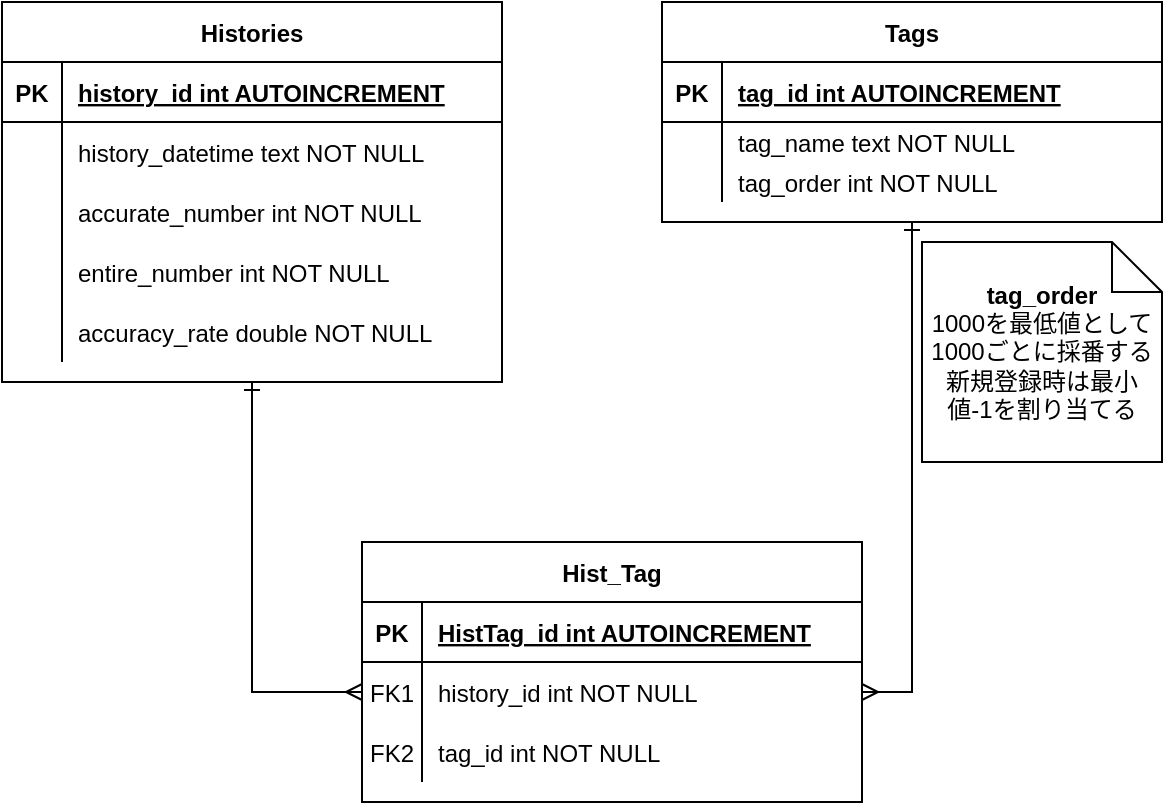
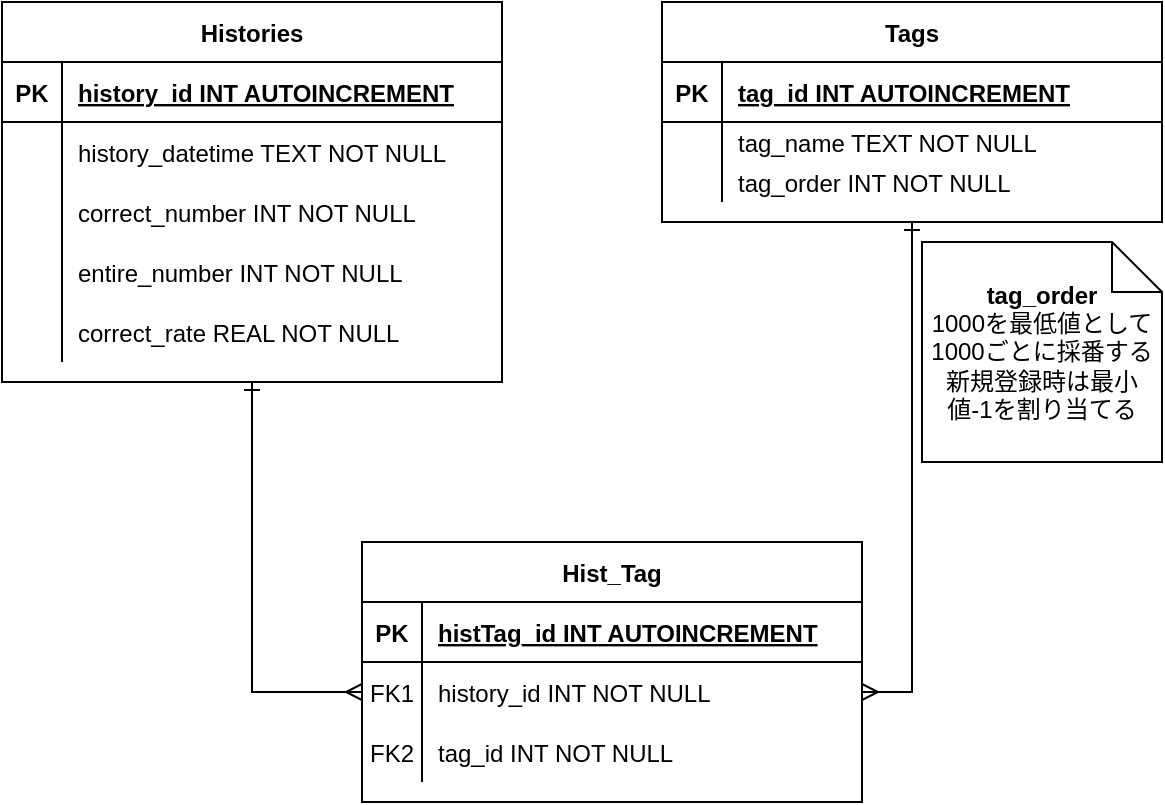
- <mxfile host="app.diagrams.net" agent="Mozilla/5.0 (Windows NT 10.0; Win64; x64) AppleWebKit/537.36 (KHTML, like Gecko) Chrome/129.0.0.0 Safari/537.36" version="24.7.17">
-   <diagram id="R2lEEEUBdFMjLlhIrx00" name="Page-1">
-     <mxGraphModel dx="1434" dy="772" grid="1" gridSize="10" guides="1" tooltips="1" connect="1" arrows="1" fold="1" page="1" pageScale="1" pageWidth="850" pageHeight="1100" background="#FFFFFF" math="0" shadow="0" extFonts="Permanent Marker^https://fonts.googleapis.com/css?family=Permanent+Marker">
+ <mxfile host="app.diagrams.net" agent="Mozilla/5.0 (Windows NT 10.0; Win64; x64) AppleWebKit/537.36 (KHTML, like Gecko) Chrome/130.0.0.0 Safari/537.36" version="24.8.0">
+   <diagram name="Page-1" id="t5QMn-bjWsxK-OiHnnsi">
+     <mxGraphModel dx="1434" dy="772" grid="1" gridSize="10" guides="1" tooltips="1" connect="1" arrows="1" fold="1" page="1" pageScale="1" pageWidth="827" pageHeight="1169" math="0" shadow="0">
      <root>
        <mxCell id="0" />
        <mxCell id="1" parent="0" />
-         <mxCell id="C-vyLk0tnHw3VtMMgP7b-2" value="Tags" style="shape=table;startSize=30;container=1;collapsible=1;childLayout=tableLayout;fixedRows=1;rowLines=0;fontStyle=1;align=center;resizeLast=1;" parent="1" vertex="1">
+         <mxCell id="AiqQjHYfHPlLKHI8rtwA-1" value="Tags" style="shape=table;startSize=30;container=1;collapsible=1;childLayout=tableLayout;fixedRows=1;rowLines=0;fontStyle=1;align=center;resizeLast=1;" vertex="1" parent="1">
          <mxGeometry x="330" width="250" height="110" as="geometry" />
        </mxCell>
-         <mxCell id="C-vyLk0tnHw3VtMMgP7b-3" value="" style="shape=partialRectangle;collapsible=0;dropTarget=0;pointerEvents=0;fillColor=none;points=[[0,0.5],[1,0.5]];portConstraint=eastwest;top=0;left=0;right=0;bottom=1;" parent="C-vyLk0tnHw3VtMMgP7b-2" vertex="1">
+         <mxCell id="AiqQjHYfHPlLKHI8rtwA-2" value="" style="shape=partialRectangle;collapsible=0;dropTarget=0;pointerEvents=0;fillColor=none;points=[[0,0.5],[1,0.5]];portConstraint=eastwest;top=0;left=0;right=0;bottom=1;" vertex="1" parent="AiqQjHYfHPlLKHI8rtwA-1">
          <mxGeometry y="30" width="250" height="30" as="geometry" />
        </mxCell>
-         <mxCell id="C-vyLk0tnHw3VtMMgP7b-4" value="PK" style="shape=partialRectangle;overflow=hidden;connectable=0;fillColor=none;top=0;left=0;bottom=0;right=0;fontStyle=1;" parent="C-vyLk0tnHw3VtMMgP7b-3" vertex="1">
+         <mxCell id="AiqQjHYfHPlLKHI8rtwA-3" value="PK" style="shape=partialRectangle;overflow=hidden;connectable=0;fillColor=none;top=0;left=0;bottom=0;right=0;fontStyle=1;" vertex="1" parent="AiqQjHYfHPlLKHI8rtwA-2">
          <mxGeometry width="30" height="30" as="geometry">
            <mxRectangle width="30" height="30" as="alternateBounds" />
          </mxGeometry>
        </mxCell>
-         <mxCell id="C-vyLk0tnHw3VtMMgP7b-5" value="tag_id int AUTOINCREMENT" style="shape=partialRectangle;overflow=hidden;connectable=0;fillColor=none;top=0;left=0;bottom=0;right=0;align=left;spacingLeft=6;fontStyle=5;" parent="C-vyLk0tnHw3VtMMgP7b-3" vertex="1">
+         <mxCell id="AiqQjHYfHPlLKHI8rtwA-4" value="tag_id INT AUTOINCREMENT" style="shape=partialRectangle;overflow=hidden;connectable=0;fillColor=none;top=0;left=0;bottom=0;right=0;align=left;spacingLeft=6;fontStyle=5;" vertex="1" parent="AiqQjHYfHPlLKHI8rtwA-2">
          <mxGeometry x="30" width="220" height="30" as="geometry">
            <mxRectangle width="220" height="30" as="alternateBounds" />
          </mxGeometry>
        </mxCell>
-         <mxCell id="C-vyLk0tnHw3VtMMgP7b-6" value="" style="shape=partialRectangle;collapsible=0;dropTarget=0;pointerEvents=0;fillColor=none;points=[[0,0.5],[1,0.5]];portConstraint=eastwest;top=0;left=0;right=0;bottom=0;" parent="C-vyLk0tnHw3VtMMgP7b-2" vertex="1">
+         <mxCell id="AiqQjHYfHPlLKHI8rtwA-5" value="" style="shape=partialRectangle;collapsible=0;dropTarget=0;pointerEvents=0;fillColor=none;points=[[0,0.5],[1,0.5]];portConstraint=eastwest;top=0;left=0;right=0;bottom=0;" vertex="1" parent="AiqQjHYfHPlLKHI8rtwA-1">
          <mxGeometry y="60" width="250" height="20" as="geometry" />
        </mxCell>
-         <mxCell id="C-vyLk0tnHw3VtMMgP7b-7" value="" style="shape=partialRectangle;overflow=hidden;connectable=0;fillColor=none;top=0;left=0;bottom=0;right=0;" parent="C-vyLk0tnHw3VtMMgP7b-6" vertex="1">
+         <mxCell id="AiqQjHYfHPlLKHI8rtwA-6" value="" style="shape=partialRectangle;overflow=hidden;connectable=0;fillColor=none;top=0;left=0;bottom=0;right=0;" vertex="1" parent="AiqQjHYfHPlLKHI8rtwA-5">
          <mxGeometry width="30" height="20" as="geometry">
            <mxRectangle width="30" height="20" as="alternateBounds" />
          </mxGeometry>
        </mxCell>
-         <mxCell id="C-vyLk0tnHw3VtMMgP7b-8" value="tag_name text NOT NULL" style="shape=partialRectangle;overflow=hidden;connectable=0;fillColor=none;top=0;left=0;bottom=0;right=0;align=left;spacingLeft=6;" parent="C-vyLk0tnHw3VtMMgP7b-6" vertex="1">
+         <mxCell id="AiqQjHYfHPlLKHI8rtwA-7" value="tag_name TEXT NOT NULL" style="shape=partialRectangle;overflow=hidden;connectable=0;fillColor=none;top=0;left=0;bottom=0;right=0;align=left;spacingLeft=6;" vertex="1" parent="AiqQjHYfHPlLKHI8rtwA-5">
          <mxGeometry x="30" width="220" height="20" as="geometry">
            <mxRectangle width="220" height="20" as="alternateBounds" />
          </mxGeometry>
        </mxCell>
-         <mxCell id="uX9CyFeno2kXJm7CUo4n-1" value="" style="shape=partialRectangle;collapsible=0;dropTarget=0;pointerEvents=0;fillColor=none;points=[[0,0.5],[1,0.5]];portConstraint=eastwest;top=0;left=0;right=0;bottom=0;" parent="C-vyLk0tnHw3VtMMgP7b-2" vertex="1">
+         <mxCell id="AiqQjHYfHPlLKHI8rtwA-8" value="" style="shape=partialRectangle;collapsible=0;dropTarget=0;pointerEvents=0;fillColor=none;points=[[0,0.5],[1,0.5]];portConstraint=eastwest;top=0;left=0;right=0;bottom=0;" vertex="1" parent="AiqQjHYfHPlLKHI8rtwA-1">
          <mxGeometry y="80" width="250" height="20" as="geometry" />
        </mxCell>
-         <mxCell id="uX9CyFeno2kXJm7CUo4n-2" value="" style="shape=partialRectangle;overflow=hidden;connectable=0;fillColor=none;top=0;left=0;bottom=0;right=0;" parent="uX9CyFeno2kXJm7CUo4n-1" vertex="1">
+         <mxCell id="AiqQjHYfHPlLKHI8rtwA-9" value="" style="shape=partialRectangle;overflow=hidden;connectable=0;fillColor=none;top=0;left=0;bottom=0;right=0;" vertex="1" parent="AiqQjHYfHPlLKHI8rtwA-8">
          <mxGeometry width="30" height="20" as="geometry">
            <mxRectangle width="30" height="20" as="alternateBounds" />
          </mxGeometry>
        </mxCell>
-         <mxCell id="uX9CyFeno2kXJm7CUo4n-3" value="tag_order int NOT NULL" style="shape=partialRectangle;overflow=hidden;connectable=0;fillColor=none;top=0;left=0;bottom=0;right=0;align=left;spacingLeft=6;" parent="uX9CyFeno2kXJm7CUo4n-1" vertex="1">
+         <mxCell id="AiqQjHYfHPlLKHI8rtwA-10" value="tag_order INT NOT NULL" style="shape=partialRectangle;overflow=hidden;connectable=0;fillColor=none;top=0;left=0;bottom=0;right=0;align=left;spacingLeft=6;" vertex="1" parent="AiqQjHYfHPlLKHI8rtwA-8">
          <mxGeometry x="30" width="220" height="20" as="geometry">
            <mxRectangle width="220" height="20" as="alternateBounds" />
          </mxGeometry>
        </mxCell>
-         <mxCell id="C-vyLk0tnHw3VtMMgP7b-13" value="Hist_Tag" style="shape=table;startSize=30;container=1;collapsible=1;childLayout=tableLayout;fixedRows=1;rowLines=0;fontStyle=1;align=center;resizeLast=1;" parent="1" vertex="1">
+         <mxCell id="AiqQjHYfHPlLKHI8rtwA-11" value="Hist_Tag" style="shape=table;startSize=30;container=1;collapsible=1;childLayout=tableLayout;fixedRows=1;rowLines=0;fontStyle=1;align=center;resizeLast=1;" vertex="1" parent="1">
          <mxGeometry x="180" y="270" width="250" height="130" as="geometry" />
        </mxCell>
-         <mxCell id="C-vyLk0tnHw3VtMMgP7b-14" value="" style="shape=partialRectangle;collapsible=0;dropTarget=0;pointerEvents=0;fillColor=none;points=[[0,0.5],[1,0.5]];portConstraint=eastwest;top=0;left=0;right=0;bottom=1;" parent="C-vyLk0tnHw3VtMMgP7b-13" vertex="1">
+         <mxCell id="AiqQjHYfHPlLKHI8rtwA-12" value="" style="shape=partialRectangle;collapsible=0;dropTarget=0;pointerEvents=0;fillColor=none;points=[[0,0.5],[1,0.5]];portConstraint=eastwest;top=0;left=0;right=0;bottom=1;" vertex="1" parent="AiqQjHYfHPlLKHI8rtwA-11">
          <mxGeometry y="30" width="250" height="30" as="geometry" />
        </mxCell>
-         <mxCell id="C-vyLk0tnHw3VtMMgP7b-15" value="PK" style="shape=partialRectangle;overflow=hidden;connectable=0;fillColor=none;top=0;left=0;bottom=0;right=0;fontStyle=1;" parent="C-vyLk0tnHw3VtMMgP7b-14" vertex="1">
+         <mxCell id="AiqQjHYfHPlLKHI8rtwA-13" value="PK" style="shape=partialRectangle;overflow=hidden;connectable=0;fillColor=none;top=0;left=0;bottom=0;right=0;fontStyle=1;" vertex="1" parent="AiqQjHYfHPlLKHI8rtwA-12">
          <mxGeometry width="30" height="30" as="geometry">
            <mxRectangle width="30" height="30" as="alternateBounds" />
          </mxGeometry>
        </mxCell>
-         <mxCell id="C-vyLk0tnHw3VtMMgP7b-16" value="HistTag_id int AUTOINCREMENT" style="shape=partialRectangle;overflow=hidden;connectable=0;fillColor=none;top=0;left=0;bottom=0;right=0;align=left;spacingLeft=6;fontStyle=5;" parent="C-vyLk0tnHw3VtMMgP7b-14" vertex="1">
+         <mxCell id="AiqQjHYfHPlLKHI8rtwA-14" value="histTag_id INT AUTOINCREMENT" style="shape=partialRectangle;overflow=hidden;connectable=0;fillColor=none;top=0;left=0;bottom=0;right=0;align=left;spacingLeft=6;fontStyle=5;" vertex="1" parent="AiqQjHYfHPlLKHI8rtwA-12">
          <mxGeometry x="30" width="220" height="30" as="geometry">
            <mxRectangle width="220" height="30" as="alternateBounds" />
          </mxGeometry>
        </mxCell>
-         <mxCell id="C-vyLk0tnHw3VtMMgP7b-17" value="" style="shape=partialRectangle;collapsible=0;dropTarget=0;pointerEvents=0;fillColor=none;points=[[0,0.5],[1,0.5]];portConstraint=eastwest;top=0;left=0;right=0;bottom=0;" parent="C-vyLk0tnHw3VtMMgP7b-13" vertex="1">
+         <mxCell id="AiqQjHYfHPlLKHI8rtwA-15" value="" style="shape=partialRectangle;collapsible=0;dropTarget=0;pointerEvents=0;fillColor=none;points=[[0,0.5],[1,0.5]];portConstraint=eastwest;top=0;left=0;right=0;bottom=0;" vertex="1" parent="AiqQjHYfHPlLKHI8rtwA-11">
          <mxGeometry y="60" width="250" height="30" as="geometry" />
        </mxCell>
-         <mxCell id="C-vyLk0tnHw3VtMMgP7b-18" value="FK1" style="shape=partialRectangle;overflow=hidden;connectable=0;fillColor=none;top=0;left=0;bottom=0;right=0;" parent="C-vyLk0tnHw3VtMMgP7b-17" vertex="1">
+         <mxCell id="AiqQjHYfHPlLKHI8rtwA-16" value="FK1" style="shape=partialRectangle;overflow=hidden;connectable=0;fillColor=none;top=0;left=0;bottom=0;right=0;" vertex="1" parent="AiqQjHYfHPlLKHI8rtwA-15">
          <mxGeometry width="30" height="30" as="geometry">
            <mxRectangle width="30" height="30" as="alternateBounds" />
          </mxGeometry>
        </mxCell>
-         <mxCell id="C-vyLk0tnHw3VtMMgP7b-19" value="history_id int NOT NULL" style="shape=partialRectangle;overflow=hidden;connectable=0;fillColor=none;top=0;left=0;bottom=0;right=0;align=left;spacingLeft=6;" parent="C-vyLk0tnHw3VtMMgP7b-17" vertex="1">
+         <mxCell id="AiqQjHYfHPlLKHI8rtwA-17" value="history_id INT NOT NULL" style="shape=partialRectangle;overflow=hidden;connectable=0;fillColor=none;top=0;left=0;bottom=0;right=0;align=left;spacingLeft=6;" vertex="1" parent="AiqQjHYfHPlLKHI8rtwA-15">
          <mxGeometry x="30" width="220" height="30" as="geometry">
            <mxRectangle width="220" height="30" as="alternateBounds" />
          </mxGeometry>
        </mxCell>
-         <mxCell id="C-vyLk0tnHw3VtMMgP7b-20" value="" style="shape=partialRectangle;collapsible=0;dropTarget=0;pointerEvents=0;fillColor=none;points=[[0,0.5],[1,0.5]];portConstraint=eastwest;top=0;left=0;right=0;bottom=0;" parent="C-vyLk0tnHw3VtMMgP7b-13" vertex="1">
+         <mxCell id="AiqQjHYfHPlLKHI8rtwA-18" value="" style="shape=partialRectangle;collapsible=0;dropTarget=0;pointerEvents=0;fillColor=none;points=[[0,0.5],[1,0.5]];portConstraint=eastwest;top=0;left=0;right=0;bottom=0;" vertex="1" parent="AiqQjHYfHPlLKHI8rtwA-11">
          <mxGeometry y="90" width="250" height="30" as="geometry" />
        </mxCell>
-         <mxCell id="C-vyLk0tnHw3VtMMgP7b-21" value="FK2" style="shape=partialRectangle;overflow=hidden;connectable=0;fillColor=none;top=0;left=0;bottom=0;right=0;" parent="C-vyLk0tnHw3VtMMgP7b-20" vertex="1">
+         <mxCell id="AiqQjHYfHPlLKHI8rtwA-19" value="FK2" style="shape=partialRectangle;overflow=hidden;connectable=0;fillColor=none;top=0;left=0;bottom=0;right=0;" vertex="1" parent="AiqQjHYfHPlLKHI8rtwA-18">
          <mxGeometry width="30" height="30" as="geometry">
            <mxRectangle width="30" height="30" as="alternateBounds" />
          </mxGeometry>
        </mxCell>
-         <mxCell id="C-vyLk0tnHw3VtMMgP7b-22" value="tag_id int NOT NULL" style="shape=partialRectangle;overflow=hidden;connectable=0;fillColor=none;top=0;left=0;bottom=0;right=0;align=left;spacingLeft=6;" parent="C-vyLk0tnHw3VtMMgP7b-20" vertex="1">
+         <mxCell id="AiqQjHYfHPlLKHI8rtwA-20" value="tag_id INT NOT NULL" style="shape=partialRectangle;overflow=hidden;connectable=0;fillColor=none;top=0;left=0;bottom=0;right=0;align=left;spacingLeft=6;" vertex="1" parent="AiqQjHYfHPlLKHI8rtwA-18">
          <mxGeometry x="30" width="220" height="30" as="geometry">
            <mxRectangle width="220" height="30" as="alternateBounds" />
          </mxGeometry>
        </mxCell>
-         <mxCell id="vyyHN-wlgOPrNykon7IR-17" style="edgeStyle=orthogonalEdgeStyle;rounded=0;orthogonalLoop=1;jettySize=auto;html=1;entryX=0;entryY=0.5;entryDx=0;entryDy=0;strokeWidth=1;startArrow=ERone;startFill=0;endArrow=ERmany;endFill=0;" parent="1" source="C-vyLk0tnHw3VtMMgP7b-23" target="C-vyLk0tnHw3VtMMgP7b-17" edge="1">
+         <mxCell id="AiqQjHYfHPlLKHI8rtwA-21" style="edgeStyle=orthogonalEdgeStyle;rounded=0;orthogonalLoop=1;jettySize=auto;html=1;entryX=0;entryY=0.5;entryDx=0;entryDy=0;strokeWidth=1;startArrow=ERone;startFill=0;endArrow=ERmany;endFill=0;" edge="1" parent="1" source="AiqQjHYfHPlLKHI8rtwA-22" target="AiqQjHYfHPlLKHI8rtwA-15">
          <mxGeometry relative="1" as="geometry" />
        </mxCell>
-         <mxCell id="C-vyLk0tnHw3VtMMgP7b-23" value="Histories" style="shape=table;startSize=30;container=1;collapsible=1;childLayout=tableLayout;fixedRows=1;rowLines=0;fontStyle=1;align=center;resizeLast=1;" parent="1" vertex="1">
+         <mxCell id="AiqQjHYfHPlLKHI8rtwA-22" value="Histories" style="shape=table;startSize=30;container=1;collapsible=1;childLayout=tableLayout;fixedRows=1;rowLines=0;fontStyle=1;align=center;resizeLast=1;" vertex="1" parent="1">
          <mxGeometry width="250" height="190" as="geometry" />
        </mxCell>
-         <mxCell id="C-vyLk0tnHw3VtMMgP7b-24" value="" style="shape=partialRectangle;collapsible=0;dropTarget=0;pointerEvents=0;fillColor=none;points=[[0,0.5],[1,0.5]];portConstraint=eastwest;top=0;left=0;right=0;bottom=1;" parent="C-vyLk0tnHw3VtMMgP7b-23" vertex="1">
+         <mxCell id="AiqQjHYfHPlLKHI8rtwA-23" value="" style="shape=partialRectangle;collapsible=0;dropTarget=0;pointerEvents=0;fillColor=none;points=[[0,0.5],[1,0.5]];portConstraint=eastwest;top=0;left=0;right=0;bottom=1;" vertex="1" parent="AiqQjHYfHPlLKHI8rtwA-22">
          <mxGeometry y="30" width="250" height="30" as="geometry" />
        </mxCell>
-         <mxCell id="C-vyLk0tnHw3VtMMgP7b-25" value="PK" style="shape=partialRectangle;overflow=hidden;connectable=0;fillColor=none;top=0;left=0;bottom=0;right=0;fontStyle=1;" parent="C-vyLk0tnHw3VtMMgP7b-24" vertex="1">
+         <mxCell id="AiqQjHYfHPlLKHI8rtwA-24" value="PK" style="shape=partialRectangle;overflow=hidden;connectable=0;fillColor=none;top=0;left=0;bottom=0;right=0;fontStyle=1;" vertex="1" parent="AiqQjHYfHPlLKHI8rtwA-23">
          <mxGeometry width="30" height="30" as="geometry">
            <mxRectangle width="30" height="30" as="alternateBounds" />
          </mxGeometry>
        </mxCell>
-         <mxCell id="C-vyLk0tnHw3VtMMgP7b-26" value="history_id int AUTOINCREMENT" style="shape=partialRectangle;overflow=hidden;connectable=0;fillColor=none;top=0;left=0;bottom=0;right=0;align=left;spacingLeft=6;fontStyle=5;" parent="C-vyLk0tnHw3VtMMgP7b-24" vertex="1">
+         <mxCell id="AiqQjHYfHPlLKHI8rtwA-25" value="history_id INT AUTOINCREMENT" style="shape=partialRectangle;overflow=hidden;connectable=0;fillColor=none;top=0;left=0;bottom=0;right=0;align=left;spacingLeft=6;fontStyle=5;" vertex="1" parent="AiqQjHYfHPlLKHI8rtwA-23">
          <mxGeometry x="30" width="220" height="30" as="geometry">
            <mxRectangle width="220" height="30" as="alternateBounds" />
          </mxGeometry>
        </mxCell>
-         <mxCell id="C-vyLk0tnHw3VtMMgP7b-27" value="" style="shape=partialRectangle;collapsible=0;dropTarget=0;pointerEvents=0;fillColor=none;points=[[0,0.5],[1,0.5]];portConstraint=eastwest;top=0;left=0;right=0;bottom=0;" parent="C-vyLk0tnHw3VtMMgP7b-23" vertex="1">
+         <mxCell id="AiqQjHYfHPlLKHI8rtwA-26" value="" style="shape=partialRectangle;collapsible=0;dropTarget=0;pointerEvents=0;fillColor=none;points=[[0,0.5],[1,0.5]];portConstraint=eastwest;top=0;left=0;right=0;bottom=0;" vertex="1" parent="AiqQjHYfHPlLKHI8rtwA-22">
          <mxGeometry y="60" width="250" height="30" as="geometry" />
        </mxCell>
-         <mxCell id="C-vyLk0tnHw3VtMMgP7b-28" value="" style="shape=partialRectangle;overflow=hidden;connectable=0;fillColor=none;top=0;left=0;bottom=0;right=0;" parent="C-vyLk0tnHw3VtMMgP7b-27" vertex="1">
+         <mxCell id="AiqQjHYfHPlLKHI8rtwA-27" value="" style="shape=partialRectangle;overflow=hidden;connectable=0;fillColor=none;top=0;left=0;bottom=0;right=0;" vertex="1" parent="AiqQjHYfHPlLKHI8rtwA-26">
          <mxGeometry width="30" height="30" as="geometry">
            <mxRectangle width="30" height="30" as="alternateBounds" />
          </mxGeometry>
        </mxCell>
-         <mxCell id="C-vyLk0tnHw3VtMMgP7b-29" value="history_datetime text NOT NULL" style="shape=partialRectangle;overflow=hidden;connectable=0;fillColor=none;top=0;left=0;bottom=0;right=0;align=left;spacingLeft=6;" parent="C-vyLk0tnHw3VtMMgP7b-27" vertex="1">
+         <mxCell id="AiqQjHYfHPlLKHI8rtwA-28" value="history_datetime TEXT NOT NULL" style="shape=partialRectangle;overflow=hidden;connectable=0;fillColor=none;top=0;left=0;bottom=0;right=0;align=left;spacingLeft=6;" vertex="1" parent="AiqQjHYfHPlLKHI8rtwA-26">
          <mxGeometry x="30" width="220" height="30" as="geometry">
            <mxRectangle width="220" height="30" as="alternateBounds" />
          </mxGeometry>
        </mxCell>
-         <mxCell id="vyyHN-wlgOPrNykon7IR-9" value="" style="shape=partialRectangle;collapsible=0;dropTarget=0;pointerEvents=0;fillColor=none;points=[[0,0.5],[1,0.5]];portConstraint=eastwest;top=0;left=0;right=0;bottom=0;" parent="C-vyLk0tnHw3VtMMgP7b-23" vertex="1">
+         <mxCell id="AiqQjHYfHPlLKHI8rtwA-29" value="" style="shape=partialRectangle;collapsible=0;dropTarget=0;pointerEvents=0;fillColor=none;points=[[0,0.5],[1,0.5]];portConstraint=eastwest;top=0;left=0;right=0;bottom=0;" vertex="1" parent="AiqQjHYfHPlLKHI8rtwA-22">
          <mxGeometry y="90" width="250" height="30" as="geometry" />
        </mxCell>
-         <mxCell id="vyyHN-wlgOPrNykon7IR-10" value="" style="shape=partialRectangle;overflow=hidden;connectable=0;fillColor=none;top=0;left=0;bottom=0;right=0;" parent="vyyHN-wlgOPrNykon7IR-9" vertex="1">
+         <mxCell id="AiqQjHYfHPlLKHI8rtwA-30" value="" style="shape=partialRectangle;overflow=hidden;connectable=0;fillColor=none;top=0;left=0;bottom=0;right=0;" vertex="1" parent="AiqQjHYfHPlLKHI8rtwA-29">
          <mxGeometry width="30" height="30" as="geometry">
            <mxRectangle width="30" height="30" as="alternateBounds" />
          </mxGeometry>
        </mxCell>
-         <mxCell id="vyyHN-wlgOPrNykon7IR-11" value="accurate_number int NOT NULL" style="shape=partialRectangle;overflow=hidden;connectable=0;fillColor=none;top=0;left=0;bottom=0;right=0;align=left;spacingLeft=6;" parent="vyyHN-wlgOPrNykon7IR-9" vertex="1">
+         <mxCell id="AiqQjHYfHPlLKHI8rtwA-31" value="correct_number INT NOT NULL" style="shape=partialRectangle;overflow=hidden;connectable=0;fillColor=none;top=0;left=0;bottom=0;right=0;align=left;spacingLeft=6;" vertex="1" parent="AiqQjHYfHPlLKHI8rtwA-29">
          <mxGeometry x="30" width="220" height="30" as="geometry">
            <mxRectangle width="220" height="30" as="alternateBounds" />
          </mxGeometry>
        </mxCell>
-         <mxCell id="vyyHN-wlgOPrNykon7IR-12" value="" style="shape=partialRectangle;collapsible=0;dropTarget=0;pointerEvents=0;fillColor=none;points=[[0,0.5],[1,0.5]];portConstraint=eastwest;top=0;left=0;right=0;bottom=0;" parent="C-vyLk0tnHw3VtMMgP7b-23" vertex="1">
+         <mxCell id="AiqQjHYfHPlLKHI8rtwA-32" value="" style="shape=partialRectangle;collapsible=0;dropTarget=0;pointerEvents=0;fillColor=none;points=[[0,0.5],[1,0.5]];portConstraint=eastwest;top=0;left=0;right=0;bottom=0;" vertex="1" parent="AiqQjHYfHPlLKHI8rtwA-22">
          <mxGeometry y="120" width="250" height="30" as="geometry" />
        </mxCell>
-         <mxCell id="vyyHN-wlgOPrNykon7IR-13" value="" style="shape=partialRectangle;overflow=hidden;connectable=0;fillColor=none;top=0;left=0;bottom=0;right=0;" parent="vyyHN-wlgOPrNykon7IR-12" vertex="1">
+         <mxCell id="AiqQjHYfHPlLKHI8rtwA-33" value="" style="shape=partialRectangle;overflow=hidden;connectable=0;fillColor=none;top=0;left=0;bottom=0;right=0;" vertex="1" parent="AiqQjHYfHPlLKHI8rtwA-32">
          <mxGeometry width="30" height="30" as="geometry">
            <mxRectangle width="30" height="30" as="alternateBounds" />
          </mxGeometry>
        </mxCell>
-         <mxCell id="vyyHN-wlgOPrNykon7IR-14" value="entire_number int NOT NULL" style="shape=partialRectangle;overflow=hidden;connectable=0;fillColor=none;top=0;left=0;bottom=0;right=0;align=left;spacingLeft=6;" parent="vyyHN-wlgOPrNykon7IR-12" vertex="1">
+         <mxCell id="AiqQjHYfHPlLKHI8rtwA-34" value="entire_number INT NOT NULL" style="shape=partialRectangle;overflow=hidden;connectable=0;fillColor=none;top=0;left=0;bottom=0;right=0;align=left;spacingLeft=6;" vertex="1" parent="AiqQjHYfHPlLKHI8rtwA-32">
          <mxGeometry x="30" width="220" height="30" as="geometry">
            <mxRectangle width="220" height="30" as="alternateBounds" />
          </mxGeometry>
        </mxCell>
-         <mxCell id="uX9CyFeno2kXJm7CUo4n-5" value="" style="shape=partialRectangle;collapsible=0;dropTarget=0;pointerEvents=0;fillColor=none;points=[[0,0.5],[1,0.5]];portConstraint=eastwest;top=0;left=0;right=0;bottom=0;" parent="C-vyLk0tnHw3VtMMgP7b-23" vertex="1">
+         <mxCell id="AiqQjHYfHPlLKHI8rtwA-35" value="" style="shape=partialRectangle;collapsible=0;dropTarget=0;pointerEvents=0;fillColor=none;points=[[0,0.5],[1,0.5]];portConstraint=eastwest;top=0;left=0;right=0;bottom=0;" vertex="1" parent="AiqQjHYfHPlLKHI8rtwA-22">
          <mxGeometry y="150" width="250" height="30" as="geometry" />
        </mxCell>
-         <mxCell id="uX9CyFeno2kXJm7CUo4n-6" value="" style="shape=partialRectangle;overflow=hidden;connectable=0;fillColor=none;top=0;left=0;bottom=0;right=0;" parent="uX9CyFeno2kXJm7CUo4n-5" vertex="1">
+         <mxCell id="AiqQjHYfHPlLKHI8rtwA-36" value="" style="shape=partialRectangle;overflow=hidden;connectable=0;fillColor=none;top=0;left=0;bottom=0;right=0;" vertex="1" parent="AiqQjHYfHPlLKHI8rtwA-35">
          <mxGeometry width="30" height="30" as="geometry">
            <mxRectangle width="30" height="30" as="alternateBounds" />
          </mxGeometry>
        </mxCell>
-         <mxCell id="uX9CyFeno2kXJm7CUo4n-7" value="accuracy_rate double NOT NULL" style="shape=partialRectangle;overflow=hidden;connectable=0;fillColor=none;top=0;left=0;bottom=0;right=0;align=left;spacingLeft=6;" parent="uX9CyFeno2kXJm7CUo4n-5" vertex="1">
+         <mxCell id="AiqQjHYfHPlLKHI8rtwA-37" value="correct_rate REAL NOT NULL" style="shape=partialRectangle;overflow=hidden;connectable=0;fillColor=none;top=0;left=0;bottom=0;right=0;align=left;spacingLeft=6;" vertex="1" parent="AiqQjHYfHPlLKHI8rtwA-35">
          <mxGeometry x="30" width="220" height="30" as="geometry">
            <mxRectangle width="220" height="30" as="alternateBounds" />
          </mxGeometry>
        </mxCell>
-         <mxCell id="vyyHN-wlgOPrNykon7IR-18" style="edgeStyle=orthogonalEdgeStyle;rounded=0;orthogonalLoop=1;jettySize=auto;html=1;entryX=0.5;entryY=1;entryDx=0;entryDy=0;endArrow=ERone;endFill=0;startArrow=ERmany;startFill=0;" parent="1" source="C-vyLk0tnHw3VtMMgP7b-17" target="C-vyLk0tnHw3VtMMgP7b-2" edge="1">
+         <mxCell id="AiqQjHYfHPlLKHI8rtwA-38" style="edgeStyle=orthogonalEdgeStyle;rounded=0;orthogonalLoop=1;jettySize=auto;html=1;entryX=0.5;entryY=1;entryDx=0;entryDy=0;endArrow=ERone;endFill=0;startArrow=ERmany;startFill=0;" edge="1" parent="1" source="AiqQjHYfHPlLKHI8rtwA-15" target="AiqQjHYfHPlLKHI8rtwA-1">
          <mxGeometry relative="1" as="geometry" />
        </mxCell>
-         <mxCell id="uX9CyFeno2kXJm7CUo4n-4" value="&lt;b&gt;tag_order&lt;/b&gt;&lt;div&gt;1000を最低値として1000ごとに採番する&lt;/div&gt;&lt;div&gt;新規登録時は最小値-1を割り当てる&lt;/div&gt;" style="shape=note2;boundedLbl=1;whiteSpace=wrap;html=1;size=25;verticalAlign=middle;align=center;labelPosition=center;verticalLabelPosition=middle;" parent="1" vertex="1">
+         <mxCell id="AiqQjHYfHPlLKHI8rtwA-39" value="&lt;b&gt;tag_order&lt;/b&gt;&lt;div&gt;1000を最低値として1000ごとに採番する&lt;/div&gt;&lt;div&gt;新規登録時は最小値-1を割り当てる&lt;/div&gt;" style="shape=note2;boundedLbl=1;whiteSpace=wrap;html=1;size=25;verticalAlign=middle;align=center;labelPosition=center;verticalLabelPosition=middle;" vertex="1" parent="1">
          <mxGeometry x="460" y="120" width="120" height="110" as="geometry" />
        </mxCell>
      </root>
    </mxGraphModel>
  </diagram>
</mxfile>
